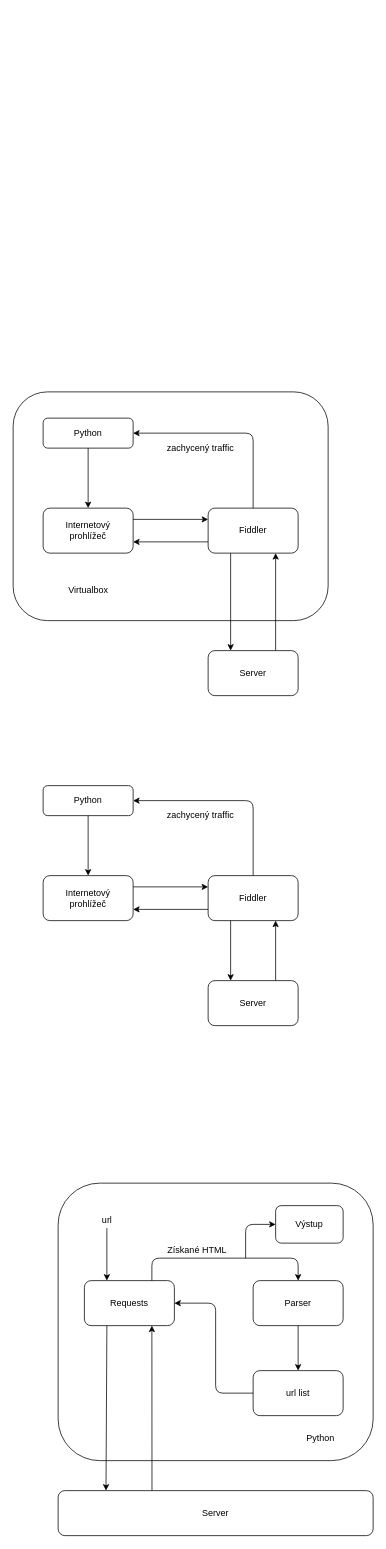
This is pictures/diagramky.drawio from MickyMickyMike/Thesis_report, a draw.io file, before an edit. Source tidied: cells renumbered, new cells numbered last; positions are measured from the earlier drawing's top-left corner, leaving out a move shared by most shapes. Both pictures are drawn from the tidied source at 75%, with x=0, y=0 at pixel (13, 392).
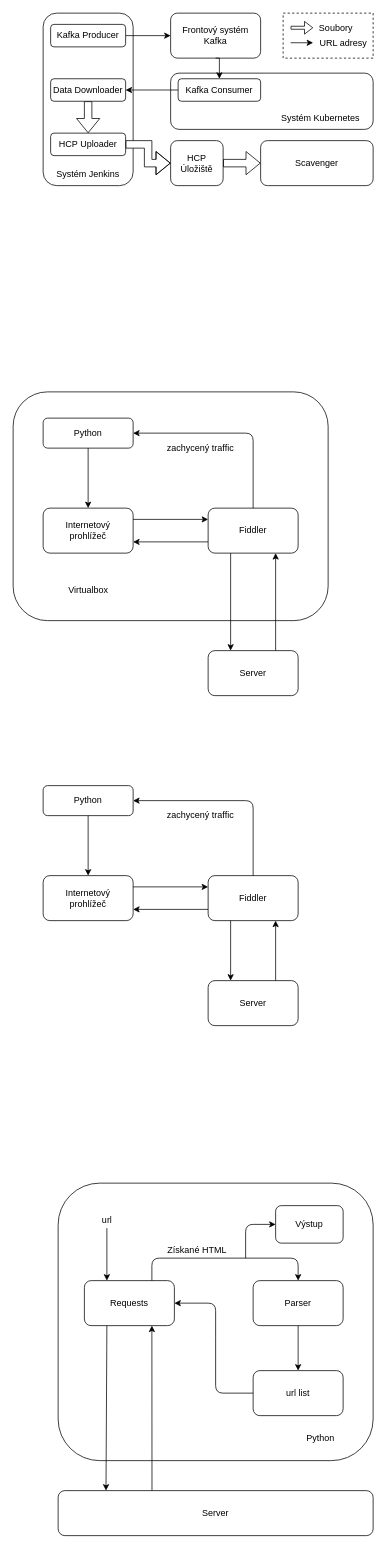
After the change.

Diff of the diagram source:
```diff
@@
+    <mxCell id="42" style="rounded=0;whiteSpace=wrap;html=1;fillColor=#ffffff;dashed=1;" parent="1" vertex="1">
+      <mxGeometry x="360" y="-505" width="120" height="60" as="geometry" />
+    </mxCell>
@@
+    <mxCell id="43" style="rounded=1;whiteSpace=wrap;html=1;" parent="1" vertex="1">
+      <mxGeometry x="40" y="-505" width="120" height="230" as="geometry" />
+    </mxCell>
+    <mxCell id="44" value="Systém Jenkins" style="rounded=1;whiteSpace=wrap;html=1;strokeColor=none;fillColor=none;" parent="1" vertex="1">
+      <mxGeometry x="55" y="-300" width="90" height="20" as="geometry" />
+    </mxCell>
+    <mxCell id="45" style="edgeStyle=orthogonalEdgeStyle;rounded=0;jettySize=auto;html=1;exitX=1;exitY=0.5;exitDx=0;exitDy=0;entryX=0;entryY=0.5;entryDx=0;entryDy=0;" parent="1" edge="1" source="46" target="50">
+      <mxGeometry relative="1" as="geometry" />
+    </mxCell>
+    <mxCell id="46" value="Kafka Producer" style="rounded=1;whiteSpace=wrap;html=1;" parent="1" vertex="1">
+      <mxGeometry x="50" y="-490" width="100" height="30" as="geometry" />
+    </mxCell>
+    <mxCell id="47" style="edgeStyle=orthogonalEdgeStyle;rounded=0;jettySize=auto;html=1;exitX=0.5;exitY=1;exitDx=0;exitDy=0;entryX=0.5;entryY=0;entryDx=0;entryDy=0;shape=flexArrow;" parent="1" edge="1" source="48" target="49">
+      <mxGeometry relative="1" as="geometry" />
+    </mxCell>
+    <mxCell id="48" value="Data Downloader" style="rounded=1;whiteSpace=wrap;html=1;" parent="1" vertex="1">
+      <mxGeometry x="50" y="-417.5" width="100" height="30" as="geometry" />
+    </mxCell>
+    <mxCell id="49" value="HCP Uploader" style="rounded=1;whiteSpace=wrap;html=1;" parent="1" vertex="1">
+      <mxGeometry x="50" y="-345" width="100" height="30" as="geometry" />
+    </mxCell>
+    <mxCell id="50" value="Frontový systém Kafka" style="rounded=1;whiteSpace=wrap;html=1;" parent="1" vertex="1">
+      <mxGeometry x="210" y="-505" width="120" height="60" as="geometry" />
+    </mxCell>
+    <mxCell id="51" style="rounded=1;whiteSpace=wrap;html=1;" parent="1" vertex="1">
+      <mxGeometry x="210" y="-425" width="270" height="75" as="geometry" />
+    </mxCell>
+    <mxCell id="52" value="Systém Kubernetes" style="rounded=1;whiteSpace=wrap;html=1;strokeColor=none;fillColor=none;" parent="1" vertex="1">
+      <mxGeometry x="350" y="-380" width="120" height="30" as="geometry" />
+    </mxCell>
+    <mxCell id="53" style="edgeStyle=orthogonalEdgeStyle;rounded=0;jettySize=auto;html=1;exitX=0;exitY=0.5;exitDx=0;exitDy=0;entryX=1;entryY=0.5;entryDx=0;entryDy=0;" parent="1" edge="1" source="54" target="48">
+      <mxGeometry relative="1" as="geometry" />
+    </mxCell>
+    <mxCell id="54" value="Kafka Consumer" style="rounded=1;whiteSpace=wrap;html=1;fillColor=#ffffff;" parent="1" vertex="1">
+      <mxGeometry x="220" y="-417.5" width="110" height="30" as="geometry" />
+    </mxCell>
+    <mxCell id="55" value="HCP Úložiště" style="rounded=1;whiteSpace=wrap;html=1;fillColor=#ffffff;" parent="1" vertex="1">
+      <mxGeometry x="210" y="-335" width="70" height="60" as="geometry" />
+    </mxCell>
+    <mxCell id="56" value="Scavenger" style="rounded=1;whiteSpace=wrap;html=1;fillColor=#ffffff;" parent="1" vertex="1">
+      <mxGeometry x="330" y="-335" width="150" height="60" as="geometry" />
+    </mxCell>
+    <mxCell id="57" style="edgeStyle=orthogonalEdgeStyle;rounded=0;jettySize=auto;html=1;exitX=1;exitY=0.5;exitDx=0;exitDy=0;entryX=0;entryY=0.5;entryDx=0;entryDy=0;shape=flexArrow;fillColor=#ffffff;" parent="1" edge="1" source="49" target="55">
+      <mxGeometry relative="1" as="geometry" />
+    </mxCell>
+    <mxCell id="58" style="edgeStyle=orthogonalEdgeStyle;rounded=0;jettySize=auto;html=1;exitX=1;exitY=0.5;exitDx=0;exitDy=0;entryX=0;entryY=0.5;entryDx=0;entryDy=0;shape=flexArrow;" parent="1" edge="1" source="55" target="56">
+      <mxGeometry relative="1" as="geometry" />
+    </mxCell>
+    <mxCell id="59" style="shape=flexArrow;endArrow=classic;html=1;fillColor=#ffffff;width=4;endSize=3.33;endWidth=12;" parent="1" edge="1">
+      <mxGeometry relative="1" as="geometry">
+        <mxPoint x="370" y="-485.5" as="sourcePoint" />
+        <mxPoint x="400" y="-485.5" as="targetPoint" />
+      </mxGeometry>
+    </mxCell>
+    <mxCell id="60" value="Soubory" style="text;html=1;align=center;verticalAlign=middle;" parent="1" vertex="1">
+      <mxGeometry x="400" y="-495" width="60" height="20" as="geometry" />
+    </mxCell>
+    <mxCell id="61" style="endArrow=classic;html=1;fillColor=#ffffff;" parent="1" edge="1">
+      <mxGeometry relative="1" as="geometry">
+        <mxPoint x="370" y="-465.5" as="sourcePoint" />
+        <mxPoint x="400" y="-465.5" as="targetPoint" />
+      </mxGeometry>
+    </mxCell>
+    <mxCell id="62" value="URL adresy" style="text;html=1;align=center;verticalAlign=middle;" parent="1" vertex="1">
+      <mxGeometry x="400" y="-475" width="80" height="20" as="geometry" />
+    </mxCell>
+    <mxCell id="63" style="edgeStyle=orthogonalEdgeStyle;rounded=0;jettySize=auto;html=1;exitX=0.5;exitY=1;exitDx=0;exitDy=0;entryX=0.5;entryY=0;entryDx=0;entryDy=0;fillColor=#ffffff;" parent="1" edge="1" source="50" target="54">
+      <mxGeometry relative="1" as="geometry" />
+    </mxCell>
```
